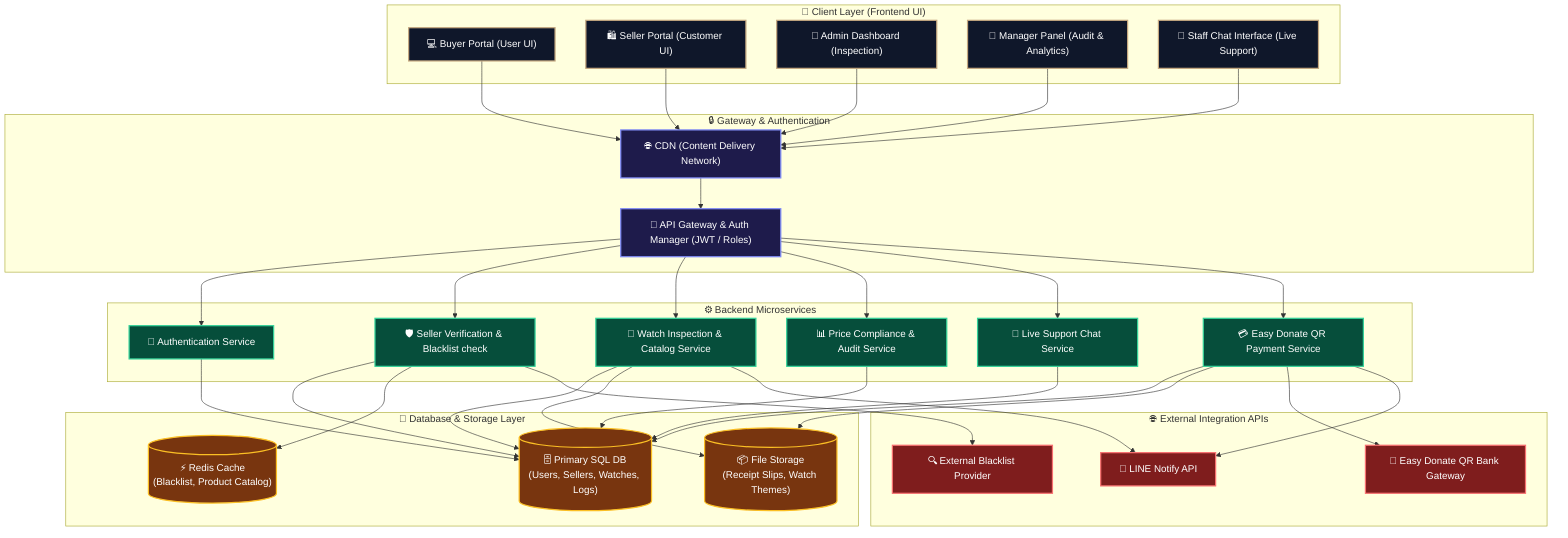
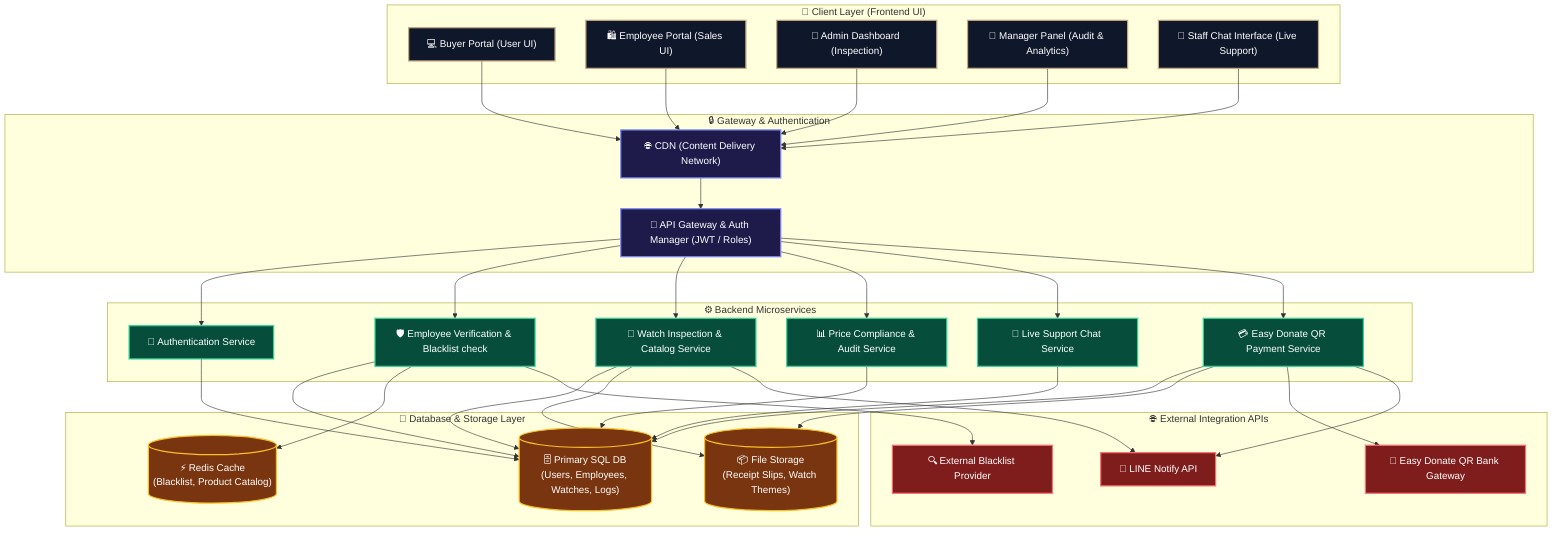
graph TB
    subgraph Client_Layer ["📱 Client Layer (Frontend UI)"]
        A1["💻 Buyer Portal (User UI)"]
-         A2["🛍️ Seller Portal (Customer UI)"]
+         A2["🛍️ Employee Portal (Sales UI)"]
        A3["👑 Admin Dashboard (Inspection)"]
        A4["👔 Manager Panel (Audit & Analytics)"]
        A5["💬 Staff Chat Interface (Live Support)"]
    end

    subgraph Gateway_Layer ["🔒 Gateway & Authentication"]
        CDN["🌐 CDN (Content Delivery Network)"]
        GW["🔑 API Gateway & Auth Manager (JWT / Roles)"]
    end

    subgraph Backend_Layer ["⚙️ Backend Microservices"]
        AuthSvc["👤 Authentication Service"]
-         VerifySvc["🛡️ Seller Verification & Blacklist check"]
+         VerifySvc["🛡️ Employee Verification & Blacklist check"]
        InspectSvc["🔎 Watch Inspection & Catalog Service"]
        AuditSvc["📊 Price Compliance & Audit Service"]
        ChatSvc["💬 Live Support Chat Service"]
        PaySvc["💳 Easy Donate QR Payment Service"]
    end

    subgraph Data_Layer ["💾 Database & Storage Layer"]
-         SQL_DB[("🗄️ Primary SQL DB<br>(Users, Sellers, Watches, Logs)")]
+         SQL_DB[("🗄️ Primary SQL DB<br>(Users, Employees, Watches, Logs)")]
        Redis_DB[("⚡ Redis Cache<br>(Blacklist, Product Catalog)")]
        Storage[("📦 File Storage<br>(Receipt Slips, Watch Themes)")]
    end

    subgraph External_Services ["🌐 External Integration APIs"]
        LineAPI["💬 LINE Notify API"]
        BankAPI["📱 Easy Donate QR Bank Gateway"]
        BlacklistAPI["🔍 External Blacklist Provider"]
    end

    %% Client to Gateway Connections
    A1 & A2 & A3 & A4 & A5 --> CDN
    CDN --> GW

    %% Gateway to Microservices Connections
    GW --> AuthSvc
    GW --> VerifySvc
    GW --> InspectSvc
    GW --> AuditSvc
    GW --> ChatSvc
    GW --> PaySvc

    %% Services to Databases
    AuthSvc --> SQL_DB
    VerifySvc --> SQL_DB
    VerifySvc --> Redis_DB
    InspectSvc --> SQL_DB
    InspectSvc --> Storage
    AuditSvc --> SQL_DB
    ChatSvc --> SQL_DB
    PaySvc --> SQL_DB
    PaySvc --> Storage

    %% External APIs Trigger
    VerifySvc --> BlacklistAPI
    PaySvc --> BankAPI
    PaySvc --> LineAPI
    InspectSvc --> LineAPI

    %% Style Customization
    classDef client fill:#0f172a,stroke:#c5a880,stroke-width:2px,color:#fff;
    classDef gateway fill:#1e1b4b,stroke:#818cf8,stroke-width:2px,color:#fff;
    classDef backend fill:#064e3b,stroke:#34d399,stroke-width:2px,color:#fff;
    classDef data fill:#78350f,stroke:#fbbf24,stroke-width:2px,color:#fff;
    classDef external fill:#7f1d1d,stroke:#f87171,stroke-width:2px,color:#fff;

    class A1,A2,A3,A4,A5 client;
    class CDN,GW gateway;
    class AuthSvc,VerifySvc,InspectSvc,AuditSvc,ChatSvc,PaySvc backend;
    class SQL_DB,Redis_DB,Storage data;
    class LineAPI,BankAPI,BlacklistAPI external;
